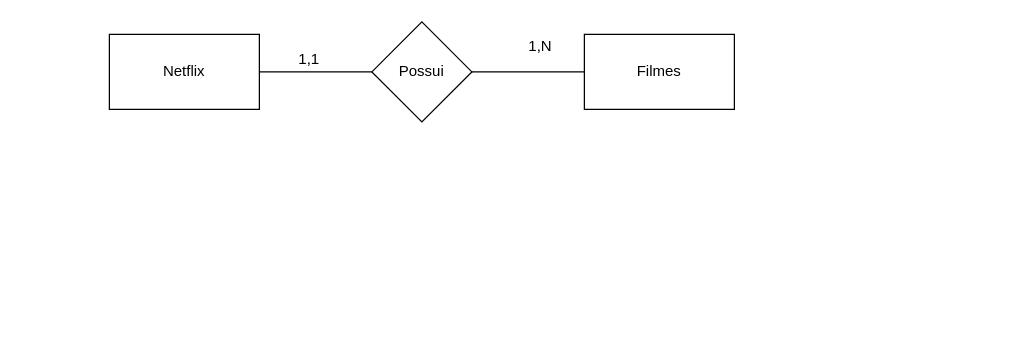
Earlier version of the draw.io diagram page "Netflix-Filmes" (2 of 2) of Aula-18-Maio-2021.drawio (vladimiralencar/Alunos-UEPB-BancoDeDados). Source tidied: cells renumbered, new cells numbered last; positions are measured from the earlier drawing's top-left corner, leaving out a move shared by most shapes. Both pictures are drawn from the tidied source at 125%, with x=0, y=0 at pixel (109, 21).
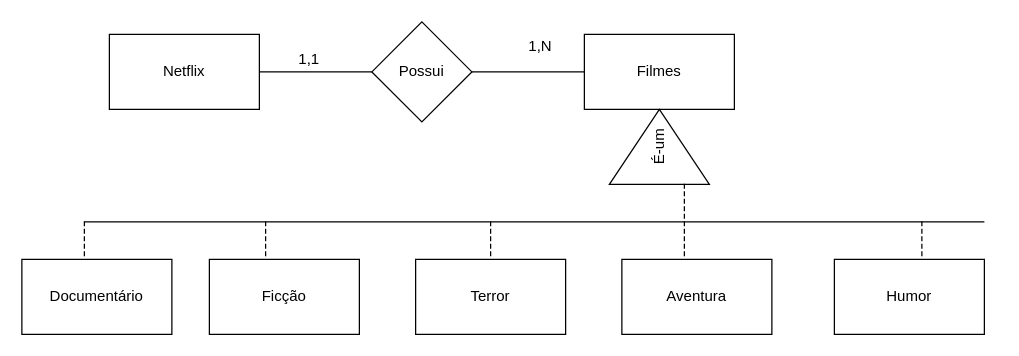
The same page after the edit.

The edit, as a diff of the source:
```diff
@@
+    <mxCell id="9" value="É-um" style="triangle;whiteSpace=wrap;html=1;rotation=-90;" parent="1" vertex="1">
+      <mxGeometry x="410" y="60" width="60" height="80" as="geometry" />
+    </mxCell>
+    <mxCell id="10" value="Ficção" style="rounded=0;whiteSpace=wrap;html=1;" parent="1" vertex="1">
+      <mxGeometry x="80" y="190" width="120" height="60" as="geometry" />
+    </mxCell>
+    <mxCell id="11" value="Terror" style="rounded=0;whiteSpace=wrap;html=1;" parent="1" vertex="1">
+      <mxGeometry x="245" y="190" width="120" height="60" as="geometry" />
+    </mxCell>
+    <mxCell id="12" value="Aventura" style="rounded=0;whiteSpace=wrap;html=1;" parent="1" vertex="1">
+      <mxGeometry x="410" y="190" width="120" height="60" as="geometry" />
+    </mxCell>
+    <mxCell id="13" value="Humor" style="rounded=0;whiteSpace=wrap;html=1;" parent="1" vertex="1">
+      <mxGeometry x="580" y="190" width="120" height="60" as="geometry" />
+    </mxCell>
+    <mxCell id="14" value="Documentário" style="rounded=0;whiteSpace=wrap;html=1;" parent="1" vertex="1">
+      <mxGeometry x="-70" y="190" width="120" height="60" as="geometry" />
+    </mxCell>
+    <mxCell id="15" style="endArrow=none;html=1;rounded=0;" parent="1" edge="1">
+      <mxGeometry relative="1" as="geometry">
+        <mxPoint x="-20" y="160" as="sourcePoint" />
+        <mxPoint x="700" y="160" as="targetPoint" />
+      </mxGeometry>
+    </mxCell>
+    <mxCell id="16" style="shape=partialRectangle;fillColor=none;align=left;verticalAlign=middle;strokeColor=none;spacingLeft=34;" parent="1" vertex="1">
+      <mxGeometry x="-50" y="160" width="90" height="30" as="geometry" />
+    </mxCell>
+    <mxCell id="17" style="shape=partialRectangle;top=0;left=0;bottom=0;fillColor=none;stokeWidth=1;dashed=1;align=left;verticalAlign=middle;spacingLeft=4;spacingRight=4;overflow=hidden;" parent="16" vertex="1">
+      <mxGeometry width="30" height="30" as="geometry" />
+    </mxCell>
+    <mxCell id="18" style="shape=partialRectangle;fillColor=none;align=left;verticalAlign=middle;strokeColor=none;spacingLeft=34;" parent="1" vertex="1">
+      <mxGeometry x="95" y="160" width="90" height="30" as="geometry" />
+    </mxCell>
+    <mxCell id="19" style="shape=partialRectangle;top=0;left=0;bottom=0;fillColor=none;stokeWidth=1;dashed=1;align=left;verticalAlign=middle;spacingLeft=4;spacingRight=4;overflow=hidden;" parent="18" vertex="1">
+      <mxGeometry width="30" height="30" as="geometry" />
+    </mxCell>
+    <mxCell id="20" style="shape=partialRectangle;fillColor=none;align=left;verticalAlign=middle;strokeColor=none;spacingLeft=34;" parent="1" vertex="1">
+      <mxGeometry x="275" y="160" width="90" height="30" as="geometry" />
+    </mxCell>
+    <mxCell id="21" style="shape=partialRectangle;top=0;left=0;bottom=0;fillColor=none;stokeWidth=1;dashed=1;align=left;verticalAlign=middle;spacingLeft=4;spacingRight=4;overflow=hidden;" parent="20" vertex="1">
+      <mxGeometry width="30" height="30" as="geometry" />
+    </mxCell>
+    <mxCell id="22" style="shape=partialRectangle;fillColor=none;align=left;verticalAlign=middle;strokeColor=none;spacingLeft=34;" parent="1" vertex="1">
+      <mxGeometry x="430" y="160" width="90" height="30" as="geometry" />
+    </mxCell>
+    <mxCell id="23" style="shape=partialRectangle;top=0;left=0;bottom=0;fillColor=none;stokeWidth=1;dashed=1;align=left;verticalAlign=middle;spacingLeft=4;spacingRight=4;overflow=hidden;" parent="22" vertex="1">
+      <mxGeometry width="30" height="30" as="geometry" />
+    </mxCell>
+    <mxCell id="24" style="shape=partialRectangle;fillColor=none;align=left;verticalAlign=middle;strokeColor=none;spacingLeft=34;" parent="1" vertex="1">
+      <mxGeometry x="620" y="160" width="90" height="30" as="geometry" />
+    </mxCell>
+    <mxCell id="25" style="shape=partialRectangle;top=0;left=0;bottom=0;fillColor=none;stokeWidth=1;dashed=1;align=left;verticalAlign=middle;spacingLeft=4;spacingRight=4;overflow=hidden;" parent="24" vertex="1">
+      <mxGeometry width="30" height="30" as="geometry" />
+    </mxCell>
+    <mxCell id="26" style="shape=partialRectangle;fillColor=none;align=left;verticalAlign=middle;strokeColor=none;spacingLeft=34;" parent="1" vertex="1">
+      <mxGeometry x="430" y="130" width="90" height="30" as="geometry" />
+    </mxCell>
+    <mxCell id="27" style="shape=partialRectangle;top=0;left=0;bottom=0;fillColor=none;stokeWidth=1;dashed=1;align=left;verticalAlign=middle;spacingLeft=4;spacingRight=4;overflow=hidden;" parent="26" vertex="1">
+      <mxGeometry width="30" height="30" as="geometry" />
+    </mxCell>
```
